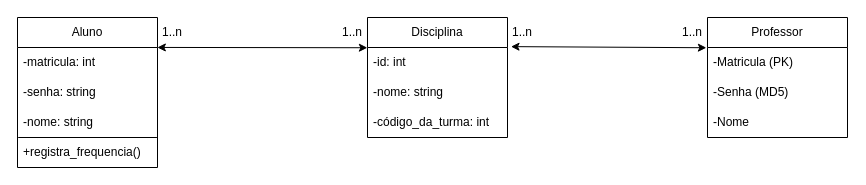
The draw.io diagram Documents/models.drawio in Jordanjuliobr23/Automated-Call-System, before the edit. Source tidied: cells renumbered, new cells numbered last; positions are measured from the earlier drawing's top-left corner, leaving out a move shared by most shapes. Both pictures are drawn from the tidied source at 100%, with x=0, y=0 at pixel (17, 17).
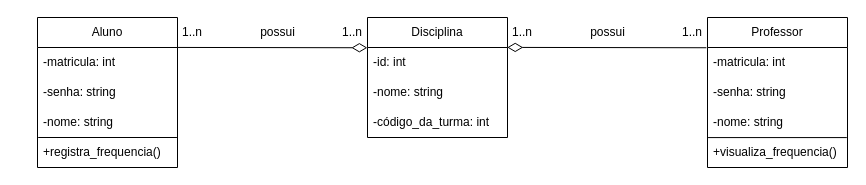
Above is the later version.

Unchanged cells that the change refers to:
```xml
<mxCell id="3" value="-matricula: int" style="text;strokeColor=none;fillColor=none;align=left;verticalAlign=middle;spacingLeft=4;spacingRight=4;overflow=hidden;points=[[0,0.5],[1,0.5]];portConstraint=eastwest;whiteSpace=wrap;html=1;" parent="2" vertex="1">
  <mxGeometry y="30" width="140" height="30" as="geometry" />
</mxCell>
<mxCell id="9" value="-id: int" style="text;strokeColor=none;fillColor=none;align=left;verticalAlign=middle;spacingLeft=4;spacingRight=4;overflow=hidden;points=[[0,0.5],[1,0.5]];portConstraint=eastwest;whiteSpace=wrap;html=1;" parent="8" vertex="1">
  <mxGeometry y="30" width="140" height="30" as="geometry" />
</mxCell>
```

The edit, as a diff of the source:
```diff
@@
     <mxCell id="2" value="Aluno" style="swimlane;fontStyle=0;horizontal=1;startSize=30;whiteSpace=wrap;html=1;" parent="1" vertex="1">
-      <mxGeometry width="140" height="150" as="geometry" />
+      <mxGeometry x="20" width="140" height="150" as="geometry" />
     </mxCell>
@@
     <mxCell id="12" value="Professor" style="swimlane;fontStyle=0;horizontal=1;startSize=30;whiteSpace=wrap;html=1;" parent="1" vertex="1">
-      <mxGeometry x="690" width="140" height="120" as="geometry" />
+      <mxGeometry x="690" width="140" height="150" as="geometry" />
     </mxCell>
-    <mxCell id="13" value="-Matricula (PK)" style="text;strokeColor=none;fillColor=none;align=left;verticalAlign=middle;spacingLeft=4;spacingRight=4;overflow=hidden;points=[[0,0.5],[1,0.5]];portConstraint=eastwest;whiteSpace=wrap;html=1;" parent="12" vertex="1">
+    <mxCell id="13" value="-matricula: int" style="text;strokeColor=none;fillColor=none;align=left;verticalAlign=middle;spacingLeft=4;spacingRight=4;overflow=hidden;points=[[0,0.5],[1,0.5]];portConstraint=eastwest;whiteSpace=wrap;html=1;" parent="12" vertex="1">
       <mxGeometry y="30" width="140" height="30" as="geometry" />
     </mxCell>
-    <mxCell id="14" value="-Senha (MD5)" style="text;strokeColor=none;fillColor=none;align=left;verticalAlign=middle;spacingLeft=4;spacingRight=4;overflow=hidden;whiteSpace=wrap;html=1;" parent="12" vertex="1">
+    <mxCell id="14" value="-senha: string" style="text;strokeColor=none;fillColor=none;align=left;verticalAlign=middle;spacingLeft=4;spacingRight=4;overflow=hidden;whiteSpace=wrap;html=1;" parent="12" vertex="1">
       <mxGeometry y="60" width="140" height="30" as="geometry" />
     </mxCell>
-    <mxCell id="15" value="-Nome" style="text;strokeColor=none;fillColor=none;align=left;verticalAlign=middle;spacingLeft=4;spacingRight=4;overflow=hidden;whiteSpace=wrap;html=1;" parent="12" vertex="1">
+    <mxCell id="15" value="-nome: string" style="text;strokeColor=none;fillColor=none;align=left;verticalAlign=middle;spacingLeft=4;spacingRight=4;overflow=hidden;whiteSpace=wrap;html=1;" parent="12" vertex="1">
       <mxGeometry y="90" width="140" height="30" as="geometry" />
     </mxCell>
+    <mxCell id="22" value="+visualiza_frequencia()" style="text;strokeColor=none;fillColor=none;align=left;verticalAlign=middle;spacingLeft=4;spacingRight=4;overflow=hidden;points=[[0,0.5],[1,0.5]];portConstraint=eastwest;whiteSpace=wrap;html=1;" parent="12" vertex="1">
+      <mxGeometry y="120" width="140" height="30" as="geometry" />
+    </mxCell>
+    <mxCell id="23" style="endArrow=none;html=1;exitX=0.004;exitY=0.003;exitDx=0;exitDy=0;exitPerimeter=0;entryX=0.995;entryY=0.003;entryDx=0;entryDy=0;entryPerimeter=0;" parent="12" edge="1" source="22" target="22">
+      <mxGeometry relative="1" as="geometry" />
+    </mxCell>
-    <mxCell id="16" style="endArrow=classic;startArrow=classic;html=1;rounded=0;entryX=-0.008;entryY=0.008;entryDx=0;entryDy=0;entryPerimeter=0;exitX=1.025;exitY=-0.029;exitDx=0;exitDy=0;exitPerimeter=0;" parent="1" edge="1" source="9" target="13">
+    <mxCell id="16" style="endArrow=none;startArrow=diamondThin;html=1;rounded=0;entryX=-0.008;entryY=0.008;entryDx=0;entryDy=0;entryPerimeter=0;exitX=0.998;exitY=-0.003;exitDx=0;exitDy=0;exitPerimeter=0;endSize=13;startSize=13;startFill=0;endFill=0;" parent="1" edge="1" source="9" target="13">
       <mxGeometry relative="1" as="geometry" />
     </mxCell>
-    <mxCell id="17" style="endArrow=classic;startArrow=classic;html=1;rounded=0;entryX=-0.001;entryY=0.008;entryDx=0;entryDy=0;entryPerimeter=0;exitX=0.999;exitY=-0.002;exitDx=0;exitDy=0;exitPerimeter=0;" parent="1" edge="1" source="3" target="9">
+    <mxCell id="17" style="endArrow=diamondThin;startArrow=none;html=1;rounded=0;entryX=-0.001;entryY=0.008;entryDx=0;entryDy=0;entryPerimeter=0;exitX=0.999;exitY=-0.002;exitDx=0;exitDy=0;exitPerimeter=0;startFill=0;endFill=0;strokeWidth=1;jumpSize=8;targetPerimeterSpacing=0;endSize=13;startSize=13;" parent="1" edge="1" source="3" target="9">
       <mxGeometry relative="1" as="geometry" />
     </mxCell>
@@
     <mxCell id="21" value="1..n" style="text;html=1;align=center;verticalAlign=middle;whiteSpace=wrap;rounded=0;" parent="1" vertex="1">
-      <mxGeometry x="140" width="30" height="30" as="geometry" />
+      <mxGeometry x="160" width="30" height="30" as="geometry" />
     </mxCell>
+    <mxCell id="24" value="possui" style="text;html=1;align=center;verticalAlign=middle;strokeColor=none;fillColor=none;" parent="1" vertex="1">
+      <mxGeometry x="230" width="60" height="30" as="geometry" />
+    </mxCell>
+    <mxCell id="25" value="possui" style="text;html=1;align=center;verticalAlign=middle;strokeColor=none;fillColor=none;" parent="1" vertex="1">
+      <mxGeometry x="560" width="60" height="30" as="geometry" />
+    </mxCell>
```
